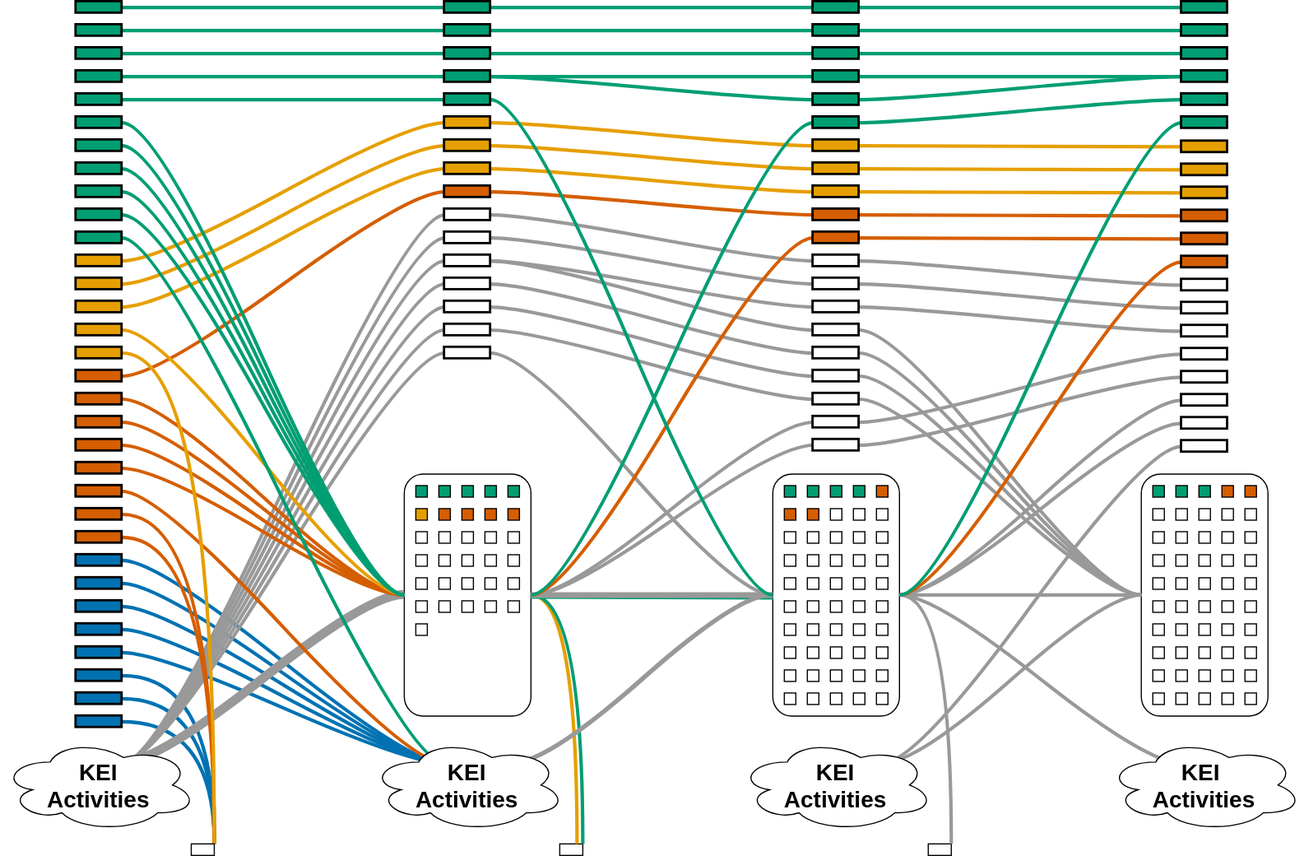
Before: REF_Portfolio.drawio.svg, a diagram exported from draw.io (jonattello/DrawIO). Source tidied: cells renumbered, new cells last; positions are measured from the earlier drawing's top-left corner, leaving out a move shared by most shapes.
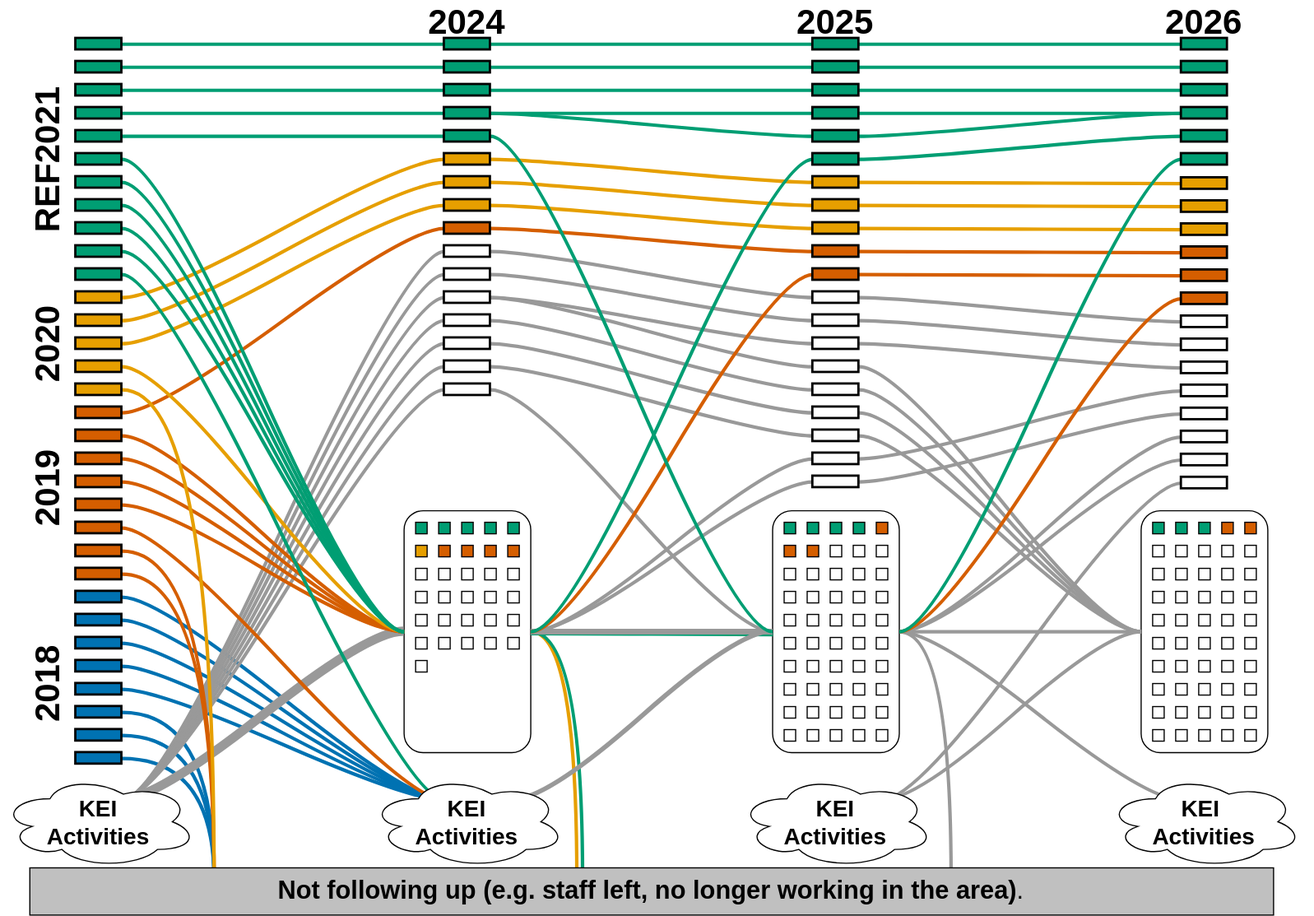
The same diagram one commit later.

Change to the diagram source:
```diff
@@ -1002,5 +1002,29 @@
     <mxCell id="333" value="&lt;div&gt;&lt;b&gt;&lt;font style=&quot;font-size: 20px;&quot;&gt;KEI&lt;/font&gt;&lt;/b&gt;&lt;/div&gt;&lt;div&gt;&lt;b&gt;&lt;font style=&quot;font-size: 20px;&quot;&gt;Activities&lt;/font&gt;&lt;/b&gt;&lt;/div&gt;" style="ellipse;shape=cloud;whiteSpace=wrap;html=1;" parent="1" vertex="1">
       <mxGeometry x="320" y="640" width="170" height="80" as="geometry" />
     </mxCell>
+    <mxCell id="334" value="&lt;font style=&quot;font-size: 22px;&quot;&gt;&lt;b&gt;&lt;font&gt;Not following up (e.g. staff left, no longer working in the area)&lt;/font&gt;&lt;/b&gt;.&lt;/font&gt;" style="rounded=0;whiteSpace=wrap;html=1;fillColor=light-dark(#c0c0c0, #B3B3B3);strokeColor=default;" parent="1" vertex="1">
+      <mxGeometry x="25" y="720" width="1080" height="41" as="geometry" />
+    </mxCell>
+    <mxCell id="335" value="&lt;font style=&quot;font-size: 30px;&quot;&gt;&lt;b&gt;2018&lt;/b&gt;&lt;/font&gt;" style="text;html=1;whiteSpace=wrap;strokeColor=none;fillColor=none;align=center;verticalAlign=middle;rounded=0;rotation=-90;" parent="1" vertex="1">
+      <mxGeometry x="10" y="545" width="60" height="30" as="geometry" />
+    </mxCell>
+    <mxCell id="336" value="&lt;div&gt;&lt;font style=&quot;font-size: 30px;&quot;&gt;&lt;b&gt;2019&lt;/b&gt;&lt;/font&gt;&lt;/div&gt;" style="text;html=1;whiteSpace=wrap;strokeColor=none;fillColor=none;align=center;verticalAlign=middle;rounded=0;rotation=-90;" parent="1" vertex="1">
+      <mxGeometry x="10" y="375" width="60" height="30" as="geometry" />
+    </mxCell>
+    <mxCell id="337" value="&lt;div&gt;&lt;font style=&quot;font-size: 30px;&quot;&gt;&lt;b&gt;2020&lt;/b&gt;&lt;/font&gt;&lt;/div&gt;" style="text;html=1;whiteSpace=wrap;strokeColor=none;fillColor=none;align=center;verticalAlign=middle;rounded=0;rotation=-90;" parent="1" vertex="1">
+      <mxGeometry x="10" y="250" width="60" height="30" as="geometry" />
+    </mxCell>
+    <mxCell id="338" value="&lt;div&gt;&lt;font style=&quot;font-size: 30px;&quot;&gt;&lt;b&gt;REF2021&lt;/b&gt;&lt;/font&gt;&lt;/div&gt;" style="text;html=1;whiteSpace=wrap;strokeColor=none;fillColor=none;align=center;verticalAlign=middle;rounded=0;rotation=-90;" parent="1" vertex="1">
+      <mxGeometry x="10" y="90" width="60" height="30" as="geometry" />
+    </mxCell>
+    <mxCell id="339" value="&lt;font style=&quot;font-size: 30px;&quot;&gt;&lt;b&gt;2024&lt;/b&gt;&lt;/font&gt;" style="text;html=1;whiteSpace=wrap;strokeColor=none;fillColor=none;align=center;verticalAlign=middle;rounded=0;rotation=0;" parent="1" vertex="1">
+      <mxGeometry x="310" y="-30" width="190" height="30" as="geometry" />
+    </mxCell>
+    <mxCell id="340" value="&lt;font style=&quot;font-size: 30px;&quot;&gt;&lt;b&gt;2025&lt;/b&gt;&lt;/font&gt;" style="text;html=1;whiteSpace=wrap;strokeColor=none;fillColor=none;align=center;verticalAlign=middle;rounded=0;rotation=0;" parent="1" vertex="1">
+      <mxGeometry x="630" y="-30" width="190" height="30" as="geometry" />
+    </mxCell>
+    <mxCell id="341" value="&lt;font style=&quot;font-size: 30px;&quot;&gt;&lt;b&gt;2026&lt;/b&gt;&lt;/font&gt;" style="text;html=1;whiteSpace=wrap;strokeColor=none;fillColor=none;align=center;verticalAlign=middle;rounded=0;rotation=0;" parent="1" vertex="1">
+      <mxGeometry x="950" y="-30" width="190" height="30" as="geometry" />
+    </mxCell>
   </root>
 </mxGraphModel>
```
